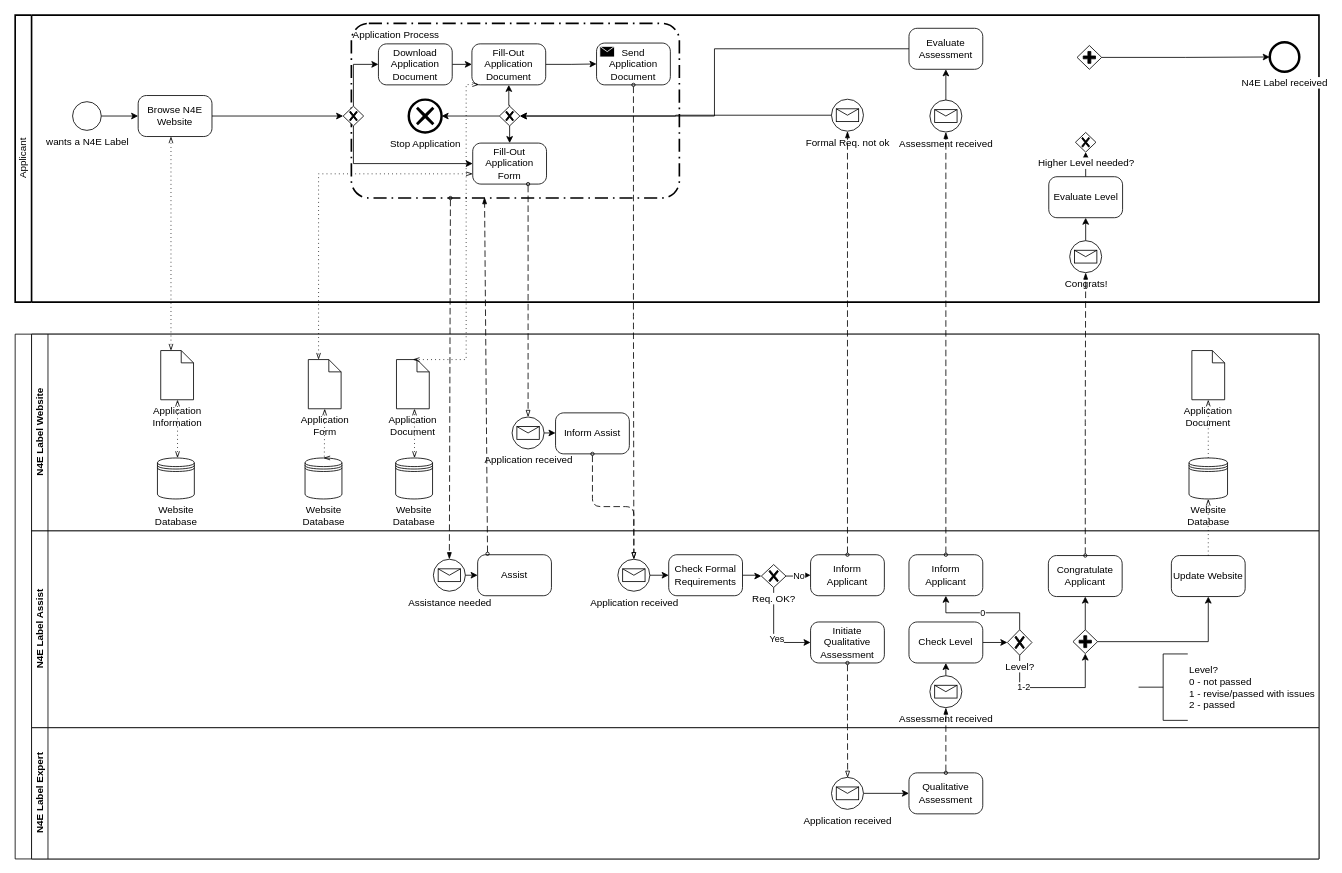
This is Application_Workflow.drawio from geyslein/NFDI4Earth-Label, a draw.io file, before an edit. Source tidied: cells renumbered, new cells numbered last; positions are measured from the earlier drawing's top-left corner, leaving out a move shared by most shapes. Both pictures are drawn from the tidied source at 82%, with x=0, y=0 at pixel (15, 15).
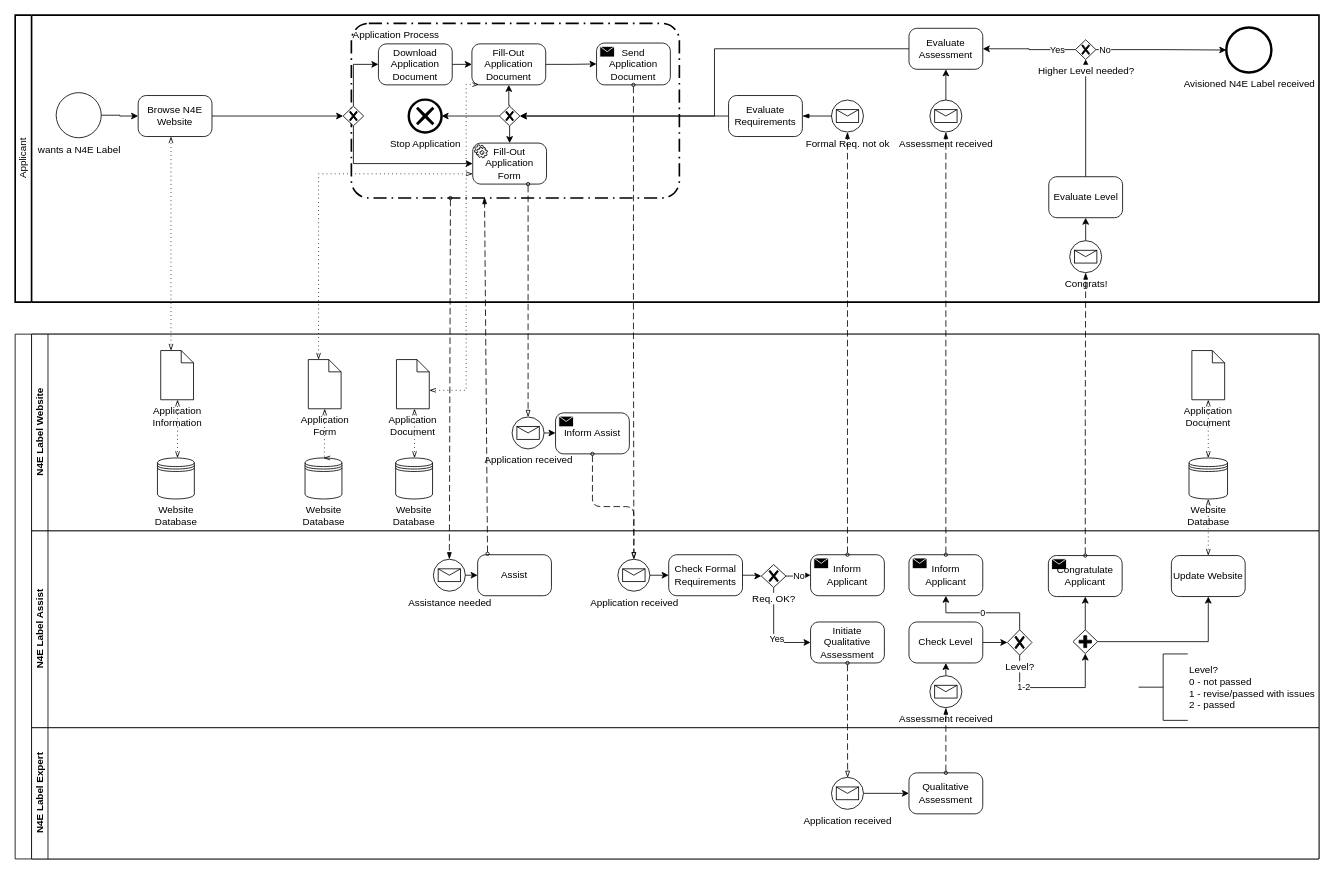
After the change.

Unchanged cells that the change refers to:
```xml
<mxCell id="2" value="&lt;div&gt;Applicant&lt;/div&gt;" style="swimlane;html=1;startSize=20;fontStyle=0;horizontal=0;swimlaneLine=1;swimlaneFillColor=#ffffff;strokeWidth=2;" parent="1" vertex="1">
  <mxGeometry width="1590" height="350" as="geometry" />
</mxCell>
<mxCell id="18" value="Fill-Out Application Document" style="points=[[0.25,0,0],[0.5,0,0],[0.75,0,0],[1,0.25,0],[1,0.5,0],[1,0.75,0],[0.75,1,0],[0.5,1,0],[0.25,1,0],[0,0.75,0],[0,0.5,0],[0,0.25,0]];shape=mxgraph.bpmn.task;whiteSpace=wrap;rectStyle=rounded;size=10;taskMarker=abstract;fillColor=#FFFFFF;" parent="2" vertex="1">
  <mxGeometry x="557" y="35" width="90" height="50" as="geometry" />
</mxCell>
<mxCell id="23" style="points=[[0.25,0.25,0],[0.5,0,0],[0.75,0.25,0],[1,0.5,0],[0.75,0.75,0],[0.5,1,0],[0.25,0.75,0],[0,0.5,0]];shape=mxgraph.bpmn.gateway2;html=1;verticalLabelPosition=bottom;labelBackgroundColor=#ffffff;verticalAlign=top;align=center;perimeter=rhombusPerimeter;outlineConnect=0;outline=none;symbol=none;gwType=exclusive;fontFamily=Helvetica;fontSize=12;fontColor=default;strokeColor=default;fillColor=#FFFFFF;" parent="2" vertex="1">
  <mxGeometry x="590.5" y="111" width="25" height="24" as="geometry" />
</mxCell>
<mxCell id="31" value="Evaluate Assessment" style="points=[[0.25,0,0],[0.5,0,0],[0.75,0,0],[1,0.25,0],[1,0.5,0],[1,0.75,0],[0.75,1,0],[0.5,1,0],[0.25,1,0],[0,0.75,0],[0,0.5,0],[0,0.25,0]];shape=mxgraph.bpmn.task;whiteSpace=wrap;rectStyle=rounded;size=10;taskMarker=abstract;fillColor=#FFFFFF;" parent="2" vertex="1">
  <mxGeometry x="1090" y="16" width="90" height="50" as="geometry" />
</mxCell>
<mxCell id="36" style="swimlane;html=1;horizontal=0;startSize=20;fillColor=#FFFFFF;" parent="1" vertex="1">
  <mxGeometry y="389" width="1590" height="640" as="geometry" />
</mxCell>
<mxCell id="37" value="&lt;div&gt;N4E Label Website&lt;/div&gt;" style="swimlane;html=1;startSize=20;horizontal=0;fillColor=#FFFFFF;swimlaneFillColor=#FFFFFF;" parent="36" vertex="1">
  <mxGeometry x="20" width="1570" height="240" as="geometry" />
</mxCell>
<mxCell id="42" value="Application Document" style="shape=mxgraph.bpmn.data;labelPosition=center;verticalLabelPosition=bottom;align=center;verticalAlign=top;whiteSpace=wrap;size=15;html=1;fillColor=#FFFFFF;" parent="37" vertex="1">
  <mxGeometry x="445" y="31" width="40" height="60" as="geometry" />
</mxCell>
<mxCell id="51" value="Website Database" style="shape=datastore;whiteSpace=wrap;html=1;labelPosition=center;verticalLabelPosition=bottom;align=center;verticalAlign=top;fillColor=#FFFFFF;" parent="37" vertex="1">
  <mxGeometry x="1411.5" y="151" width="47" height="50" as="geometry" />
</mxCell>
<mxCell id="52" value="Application Document" style="shape=mxgraph.bpmn.data;labelPosition=center;verticalLabelPosition=bottom;align=center;verticalAlign=top;whiteSpace=wrap;size=15;html=1;fillColor=#FFFFFF;" parent="37" vertex="1">
  <mxGeometry x="1415" y="20" width="40" height="60" as="geometry" />
</mxCell>
<mxCell id="53" value="&lt;div&gt;N4E Label Assist&lt;/div&gt;" style="swimlane;html=1;startSize=20;horizontal=0;swimlaneFillColor=#FFFFFF;" parent="36" vertex="1">
  <mxGeometry x="20" y="240" width="1570" height="240" as="geometry" />
</mxCell>
<mxCell id="80" value="Update Website" style="points=[[0.25,0,0],[0.5,0,0],[0.75,0,0],[1,0.25,0],[1,0.5,0],[1,0.75,0],[0.75,1,0],[0.5,1,0],[0.25,1,0],[0,0.75,0],[0,0.5,0],[0,0.25,0]];shape=mxgraph.bpmn.task;whiteSpace=wrap;rectStyle=rounded;size=10;taskMarker=abstract;fillColor=#FFFFFF;" parent="53" vertex="1">
  <mxGeometry x="1390" y="30" width="90" height="50" as="geometry" />
</mxCell>
```

Diff of the diagram source:
```diff
@@
     <mxCell id="5" value="&lt;div&gt;wants a N4E Label&lt;/div&gt;" style="points=[[0.145,0.145,0],[0.5,0,0],[0.855,0.145,0],[1,0.5,0],[0.855,0.855,0],[0.5,1,0],[0.145,0.855,0],[0,0.5,0]];shape=mxgraph.bpmn.event;html=1;verticalLabelPosition=bottom;labelBackgroundColor=#ffffff;verticalAlign=top;align=center;perimeter=ellipsePerimeter;outlineConnect=0;outline=standard;symbol=general;fillColor=#FFFFFF;" parent="2" vertex="1">
-      <mxGeometry x="70" y="105.5" width="35" height="35" as="geometry" />
+      <mxGeometry x="50" y="94.5" width="55" height="55" as="geometry" />
     </mxCell>
@@
-    <mxCell id="10" value="N4E Label received" style="points=[[0.145,0.145,0],[0.5,0,0],[0.855,0.145,0],[1,0.5,0],[0.855,0.855,0],[0.5,1,0],[0.145,0.855,0],[0,0.5,0]];shape=mxgraph.bpmn.event;html=1;verticalLabelPosition=bottom;labelBackgroundColor=#ffffff;verticalAlign=top;align=center;perimeter=ellipsePerimeter;outlineConnect=0;outline=end;symbol=terminate2;fillColor=#FFFFFF;" parent="2" vertex="1">
-      <mxGeometry x="1530" y="33" width="36" height="36" as="geometry" />
+    <mxCell id="10" value="Avisioned N4E Label received" style="points=[[0.145,0.145,0],[0.5,0,0],[0.855,0.145,0],[1,0.5,0],[0.855,0.855,0],[0.5,1,0],[0.145,0.855,0],[0,0.5,0]];shape=mxgraph.bpmn.event;html=1;verticalLabelPosition=bottom;labelBackgroundColor=#ffffff;verticalAlign=top;align=center;perimeter=ellipsePerimeter;outlineConnect=0;outline=end;symbol=terminate2;fillColor=#FFFFFF;" parent="2" vertex="1">
+      <mxGeometry x="1477" y="15" width="55" height="55" as="geometry" />
     </mxCell>
@@
-    <mxCell id="12" value="Fill-Out Application Form" style="points=[[0.25,0,0],[0.5,0,0],[0.75,0,0],[1,0.25,0],[1,0.5,0],[1,0.75,0],[0.75,1,0],[0.5,1,0],[0.25,1,0],[0,0.75,0],[0,0.5,0],[0,0.25,0]];shape=mxgraph.bpmn.task;whiteSpace=wrap;rectStyle=rounded;size=10;taskMarker=abstract;fillColor=#FFFFFF;" parent="2" vertex="1">
+    <mxCell id="12" value="Fill-Out Application Form" style="points=[[0.25,0,0],[0.5,0,0],[0.75,0,0],[1,0.25,0],[1,0.5,0],[1,0.75,0],[0.75,1,0],[0.5,1,0],[0.25,1,0],[0,0.75,0],[0,0.5,0],[0,0.25,0]];shape=mxgraph.bpmn.task;whiteSpace=wrap;rectStyle=rounded;size=10;taskMarker=service;fontFamily=Helvetica;fontSize=12;fontColor=default;align=center;strokeColor=default;fillColor=#FFFFFF;" parent="2" vertex="1">
       <mxGeometry x="558" y="156" width="90" height="50" as="geometry" />
     </mxCell>
-    <mxCell id="13" style="edgeStyle=orthogonalEdgeStyle;rounded=0;jettySize=auto;html=1;exitX=0;exitY=0.5;exitDx=0;exitDy=0;exitPerimeter=0;entryX=1;entryY=0.5;entryDx=0;entryDy=0;entryPerimeter=0;" parent="2" edge="1" source="14" target="23">
+    <mxCell id="13" style="edgeStyle=orthogonalEdgeStyle;rounded=0;jettySize=auto;html=1;exitX=0;exitY=0.5;exitDx=0;exitDy=0;exitPerimeter=0;entryX=1;entryY=0.5;entryDx=0;entryDy=0;entryPerimeter=0;startArrow=none;" parent="2" edge="1" source="104" target="23">
       <mxGeometry relative="1" as="geometry" />
     </mxCell>
     <mxCell id="14" value="Formal Req. not ok" style="points=[[0.145,0.145,0],[0.5,0,0],[0.855,0.145,0],[1,0.5,0],[0.855,0.855,0],[0.5,1,0],[0.145,0.855,0],[0,0.5,0]];shape=mxgraph.bpmn.event;html=1;verticalLabelPosition=bottom;labelBackgroundColor=#ffffff;verticalAlign=top;align=center;perimeter=ellipsePerimeter;outlineConnect=0;outline=standard;symbol=message;fontFamily=Helvetica;fontSize=12;fontColor=default;strokeColor=default;fillColor=#FFFFFF;" parent="2" vertex="1">
-      <mxGeometry x="995.5" y="102.5" width="39" height="39" as="geometry" />
+      <mxGeometry x="995.5" y="103.5" width="39" height="39" as="geometry" />
     </mxCell>
@@
-    <mxCell id="27" style="edgeStyle=orthogonalEdgeStyle;rounded=0;jettySize=auto;html=1;exitX=1;exitY=0.5;exitDx=0;exitDy=0;exitPerimeter=0;entryX=0;entryY=0.5;entryDx=0;entryDy=0;entryPerimeter=0;startArrow=none;" parent="2" edge="1" source="32" target="10">
-      <mxGeometry relative="1" as="geometry" />
-    </mxCell>
@@
-    <mxCell id="32" style="points=[[0.25,0.25,0],[0.5,0,0],[0.75,0.25,0],[1,0.5,0],[0.75,0.75,0],[0.5,1,0],[0.25,0.75,0],[0,0.5,0]];shape=mxgraph.bpmn.gateway2;html=1;verticalLabelPosition=bottom;labelBackgroundColor=#ffffff;verticalAlign=top;align=center;perimeter=rhombusPerimeter;outlineConnect=0;outline=none;symbol=none;gwType=parallel;fillColor=#FFFFFF;" parent="2" vertex="1">
-      <mxGeometry x="1295" y="37" width="30" height="29" as="geometry" />
-    </mxCell>
@@
+    <mxCell id="100" style="edgeStyle=orthogonalEdgeStyle;rounded=0;jettySize=auto;html=1;exitX=0;exitY=0.5;exitDx=0;exitDy=0;exitPerimeter=0;entryX=1;entryY=0.5;entryDx=0;entryDy=0;entryPerimeter=0;" parent="2" edge="1" source="35" target="31">
+      <mxGeometry relative="1" as="geometry" />
+    </mxCell>
+    <mxCell id="101" value="Yes" style="edgeLabel;html=1;align=center;verticalAlign=middle;" parent="100" vertex="1">
+      <mxGeometry x="-0.59" relative="1" as="geometry" />
+    </mxCell>
+    <mxCell id="102" style="edgeStyle=orthogonalEdgeStyle;rounded=0;jettySize=auto;html=1;entryX=0;entryY=0.5;entryDx=0;entryDy=0;entryPerimeter=0;exitX=1;exitY=0.5;exitDx=0;exitDy=0;exitPerimeter=0;" parent="2" edge="1" source="35" target="10">
+      <mxGeometry relative="1" as="geometry" />
+    </mxCell>
+    <mxCell id="103" value="&lt;div&gt;No&lt;/div&gt;" style="edgeLabel;html=1;align=center;verticalAlign=middle;" parent="102" vertex="1">
+      <mxGeometry x="-0.88" relative="1" as="geometry" />
+    </mxCell>
     <mxCell id="35" value="Higher Level needed?" style="points=[[0.25,0.25,0],[0.5,0,0],[0.75,0.25,0],[1,0.5,0],[0.75,0.75,0],[0.5,1,0],[0.25,0.75,0],[0,0.5,0]];shape=mxgraph.bpmn.gateway2;html=1;verticalLabelPosition=bottom;labelBackgroundColor=#ffffff;verticalAlign=top;align=center;perimeter=rhombusPerimeter;outlineConnect=0;outline=none;symbol=none;gwType=exclusive;fontFamily=Helvetica;fontSize=12;fontColor=default;strokeColor=default;fillColor=#FFFFFF;" parent="2" vertex="1">
-      <mxGeometry x="1293" y="143" width="25" height="24" as="geometry" />
+      <mxGeometry x="1293" y="30" width="25" height="24" as="geometry" />
     </mxCell>
+    <mxCell id="104" value="Evaluate Requirements" style="points=[[0.25,0,0],[0.5,0,0],[0.75,0,0],[1,0.25,0],[1,0.5,0],[1,0.75,0],[0.75,1,0],[0.5,1,0],[0.25,1,0],[0,0.75,0],[0,0.5,0],[0,0.25,0]];shape=mxgraph.bpmn.task;whiteSpace=wrap;rectStyle=rounded;size=10;taskMarker=abstract;fillColor=#FFFFFF;" parent="2" vertex="1">
+      <mxGeometry x="870" y="98" width="90" height="50" as="geometry" />
+    </mxCell>
+    <mxCell id="105" style="edgeStyle=orthogonalEdgeStyle;fontSize=11;html=1;endArrow=blockThin;endFill=1;fontFamily=Helvetica;fontColor=default;align=center;strokeColor=default;" parent="2" edge="1" source="14" target="104">
+      <mxGeometry relative="1" as="geometry" />
+    </mxCell>
@@
-    <mxCell id="49" value="Inform Assist" style="points=[[0.25,0,0],[0.5,0,0],[0.75,0,0],[1,0.25,0],[1,0.5,0],[1,0.75,0],[0.75,1,0],[0.5,1,0],[0.25,1,0],[0,0.75,0],[0,0.5,0],[0,0.25,0]];shape=mxgraph.bpmn.task;whiteSpace=wrap;rectStyle=rounded;size=10;taskMarker=abstract;fillColor=#FFFFFF;" parent="37" vertex="1">
+    <mxCell id="49" value="Inform Assist" style="points=[[0.25,0,0],[0.5,0,0],[0.75,0,0],[1,0.25,0],[1,0.5,0],[1,0.75,0],[0.75,1,0],[0.5,1,0],[0.25,1,0],[0,0.75,0],[0,0.5,0],[0,0.25,0]];shape=mxgraph.bpmn.task;whiteSpace=wrap;rectStyle=rounded;size=10;taskMarker=send;fontFamily=Helvetica;fontSize=12;fontColor=default;align=center;strokeColor=default;fillColor=#FFFFFF;" parent="37" vertex="1">
       <mxGeometry x="639" y="96" width="90" height="50" as="geometry" />
     </mxCell>
-    <mxCell id="50" style="edgeStyle=orthogonalEdgeStyle;fontSize=11;html=1;endFill=0;startFill=0;endSize=6;startSize=6;dashed=1;dashPattern=1 4;endArrow=openThin;startArrow=none;fontFamily=Helvetica;fontColor=default;align=center;strokeColor=default;" parent="37" edge="1" source="51" target="52">
+    <mxCell id="50" style="edgeStyle=orthogonalEdgeStyle;fontSize=11;html=1;endFill=0;startFill=0;endSize=6;startSize=6;dashed=1;dashPattern=1 4;endArrow=openThin;startArrow=openThin;fontFamily=Helvetica;fontColor=default;align=center;strokeColor=default;" parent="37" edge="1" source="51" target="52">
       <mxGeometry relative="1" as="geometry" />
     </mxCell>
@@
-    <mxCell id="64" value="Inform &#10;Applicant" style="points=[[0.25,0,0],[0.5,0,0],[0.75,0,0],[1,0.25,0],[1,0.5,0],[1,0.75,0],[0.75,1,0],[0.5,1,0],[0.25,1,0],[0,0.75,0],[0,0.5,0],[0,0.25,0]];shape=mxgraph.bpmn.task;whiteSpace=wrap;rectStyle=rounded;size=10;taskMarker=abstract;fillColor=#FFFFFF;" parent="53" vertex="1">
+    <mxCell id="64" value="Inform &#10;Applicant" style="points=[[0.25,0,0],[0.5,0,0],[0.75,0,0],[1,0.25,0],[1,0.5,0],[1,0.75,0],[0.75,1,0],[0.5,1,0],[0.25,1,0],[0,0.75,0],[0,0.5,0],[0,0.25,0]];shape=mxgraph.bpmn.task;whiteSpace=wrap;rectStyle=rounded;size=10;taskMarker=send;fontFamily=Helvetica;fontSize=12;fontColor=default;align=center;strokeColor=default;fillColor=#FFFFFF;" parent="53" vertex="1">
       <mxGeometry x="950" y="29" width="90" height="50" as="geometry" />
     </mxCell>
@@
-    <mxCell id="73" value="Inform &#10;Applicant" style="points=[[0.25,0,0],[0.5,0,0],[0.75,0,0],[1,0.25,0],[1,0.5,0],[1,0.75,0],[0.75,1,0],[0.5,1,0],[0.25,1,0],[0,0.75,0],[0,0.5,0],[0,0.25,0]];shape=mxgraph.bpmn.task;whiteSpace=wrap;rectStyle=rounded;size=10;taskMarker=abstract;fillColor=#FFFFFF;" parent="53" vertex="1">
+    <mxCell id="73" value="Inform &#10;Applicant" style="points=[[0.25,0,0],[0.5,0,0],[0.75,0,0],[1,0.25,0],[1,0.5,0],[1,0.75,0],[0.75,1,0],[0.5,1,0],[0.25,1,0],[0,0.75,0],[0,0.5,0],[0,0.25,0]];shape=mxgraph.bpmn.task;whiteSpace=wrap;rectStyle=rounded;size=10;taskMarker=send;fontFamily=Helvetica;fontSize=12;fontColor=default;align=center;strokeColor=default;fillColor=#FFFFFF;" parent="53" vertex="1">
       <mxGeometry x="1070" y="29" width="90" height="50" as="geometry" />
     </mxCell>
@@
-    <mxCell id="78" value="Congratulate&#10;Applicant" style="points=[[0.25,0,0],[0.5,0,0],[0.75,0,0],[1,0.25,0],[1,0.5,0],[1,0.75,0],[0.75,1,0],[0.5,1,0],[0.25,1,0],[0,0.75,0],[0,0.5,0],[0,0.25,0]];shape=mxgraph.bpmn.task;whiteSpace=wrap;rectStyle=rounded;size=10;taskMarker=abstract;fillColor=#FFFFFF;" parent="53" vertex="1">
+    <mxCell id="78" value="Congratulate&#10;Applicant" style="points=[[0.25,0,0],[0.5,0,0],[0.75,0,0],[1,0.25,0],[1,0.5,0],[1,0.75,0],[0.75,1,0],[0.5,1,0],[0.25,1,0],[0,0.75,0],[0,0.5,0],[0,0.25,0]];shape=mxgraph.bpmn.task;whiteSpace=wrap;rectStyle=rounded;size=10;taskMarker=send;fontFamily=Helvetica;fontSize=12;fontColor=default;align=center;strokeColor=default;fillColor=#FFFFFF;" parent="53" vertex="1">
       <mxGeometry x="1240" y="30" width="90" height="50" as="geometry" />
     </mxCell>
@@
-    <mxCell id="88" style="edgeStyle=elbowEdgeStyle;fontSize=12;html=1;endFill=0;startFill=0;endSize=6;startSize=6;dashed=1;dashPattern=1 4;endArrow=openThin;startArrow=none;rounded=0;exitX=0.5;exitY=0;exitDx=0;exitDy=0;exitPerimeter=0;entryX=0.5;entryY=1;entryDx=0;entryDy=0;" parent="36" edge="1" source="80" target="51">
+    <mxCell id="88" style="edgeStyle=elbowEdgeStyle;fontSize=12;html=1;endFill=0;startFill=0;endSize=6;startSize=6;dashed=1;dashPattern=1 4;endArrow=openThin;startArrow=openThin;fontFamily=Helvetica;fontColor=default;align=center;strokeColor=default;" parent="36" edge="1" source="80" target="51">
       <mxGeometry relative="1" as="geometry" />
     </mxCell>
@@
-    <mxCell id="99" style="edgeStyle=elbowEdgeStyle;fontSize=12;html=1;endFill=0;startFill=0;endSize=6;startSize=6;dashed=1;dashPattern=1 4;endArrow=openThin;startArrow=openThin;rounded=0;entryX=0.096;entryY=0.993;entryDx=0;entryDy=0;entryPerimeter=0;exitX=0.5;exitY=0;exitDx=0;exitDy=0;exitPerimeter=0;" parent="1" edge="1" source="42" target="18">
+    <mxCell id="99" style="edgeStyle=elbowEdgeStyle;fontSize=12;html=1;endFill=0;startFill=0;endSize=6;startSize=6;dashed=1;dashPattern=1 4;endArrow=openThin;startArrow=openThin;rounded=0;entryX=0.096;entryY=0.993;entryDx=0;entryDy=0;entryPerimeter=0;exitX=0;exitY=0;exitDx=40;exitDy=37.5;exitPerimeter=0;" parent="1" edge="1" source="42" target="18">
       <mxGeometry relative="1" as="geometry">
         <Array as="points">
           <mxPoint x="550" y="85" />
         </Array>
       </mxGeometry>
     </mxCell>
```
